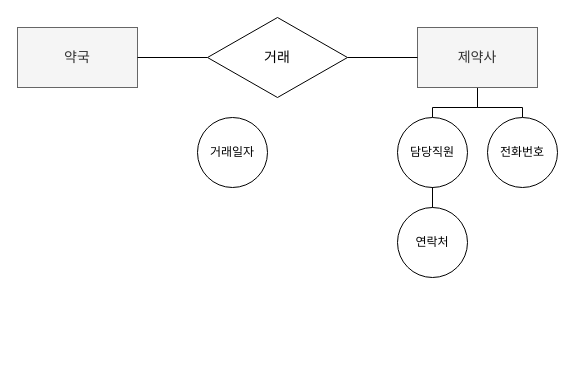
The draw.io diagram 0 portfolio/yakgookJego.drawio in jhy0409/jhy0409, before the edit. Source tidied: cells renumbered, new cells numbered last; positions are measured from the earlier drawing's top-left corner, leaving out a move shared by most shapes. Both pictures are drawn from the tidied source at 100%, with x=0, y=0 at pixel (17, 17).
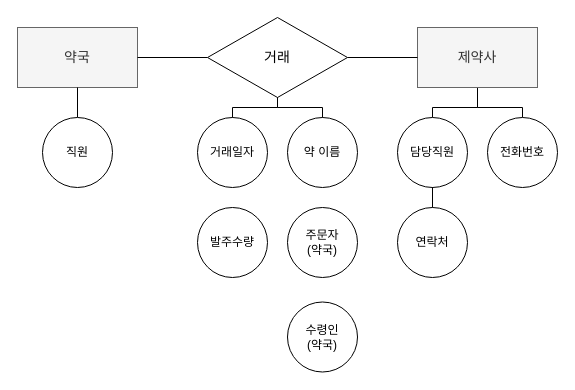
The same diagram, later.

Unchanged cells that the change refers to:
```xml
<mxCell id="2" value="&lt;font style=&quot;font-size: 14px&quot;&gt;약국&lt;/font&gt;" style="rounded=0;whiteSpace=wrap;html=1;fillColor=#f5f5f5;strokeColor=#666666;fontColor=#333333;" parent="1" vertex="1">
  <mxGeometry y="10" width="120" height="60" as="geometry" />
</mxCell>
<mxCell id="12" value="거래" style="rhombus;whiteSpace=wrap;html=1;fontSize=14;" parent="1" vertex="1">
  <mxGeometry x="190" width="140" height="80" as="geometry" />
</mxCell>
<mxCell id="13" value="거래일자" style="ellipse;whiteSpace=wrap;html=1;" parent="1" vertex="1">
  <mxGeometry x="180" y="100" width="70" height="70" as="geometry" />
</mxCell>
```

The edit, as a diff of the source:
```diff
@@
+    <mxCell id="14" value="약&amp;nbsp;이름" style="ellipse;whiteSpace=wrap;html=1;" parent="1" vertex="1">
+      <mxGeometry x="270" y="100" width="70" height="70" as="geometry" />
+    </mxCell>
+    <mxCell id="15" value="발주수량" style="ellipse;whiteSpace=wrap;html=1;" parent="1" vertex="1">
+      <mxGeometry x="180" y="190" width="70" height="70" as="geometry" />
+    </mxCell>
+    <mxCell id="16" style="edgeStyle=orthogonalEdgeStyle;rounded=0;jettySize=auto;html=1;endArrow=none;endFill=0;fontSize=14;" parent="1" edge="1" source="17" target="2">
+      <mxGeometry relative="1" as="geometry" />
+    </mxCell>
+    <mxCell id="17" value="직원" style="ellipse;whiteSpace=wrap;html=1;" parent="1" vertex="1">
+      <mxGeometry x="25" y="100" width="70" height="70" as="geometry" />
+    </mxCell>
+    <mxCell id="18" value="주문자&lt;br&gt;(약국)" style="ellipse;whiteSpace=wrap;html=1;" parent="1" vertex="1">
+      <mxGeometry x="270" y="190" width="70" height="70" as="geometry" />
+    </mxCell>
+    <mxCell id="19" value="수령인&lt;br&gt;(약국)" style="ellipse;whiteSpace=wrap;html=1;" parent="1" vertex="1">
+      <mxGeometry x="270" y="284.5" width="70" height="70" as="geometry" />
+    </mxCell>
+    <mxCell id="20" style="endArrow=none;html=1;fontSize=14;exitX=0.5;exitY=0;exitDx=0;exitDy=0;edgeStyle=orthogonalEdgeStyle;rounded=0;" parent="1" edge="1" source="13" target="12">
+      <mxGeometry relative="1" as="geometry" />
+    </mxCell>
+    <mxCell id="21" style="endArrow=none;html=1;fontSize=14;exitX=0.5;exitY=0;exitDx=0;exitDy=0;edgeStyle=orthogonalEdgeStyle;rounded=0;entryX=0.5;entryY=1;entryDx=0;entryDy=0;" parent="1" edge="1" source="14" target="12">
+      <mxGeometry relative="1" as="geometry" />
+    </mxCell>
```
